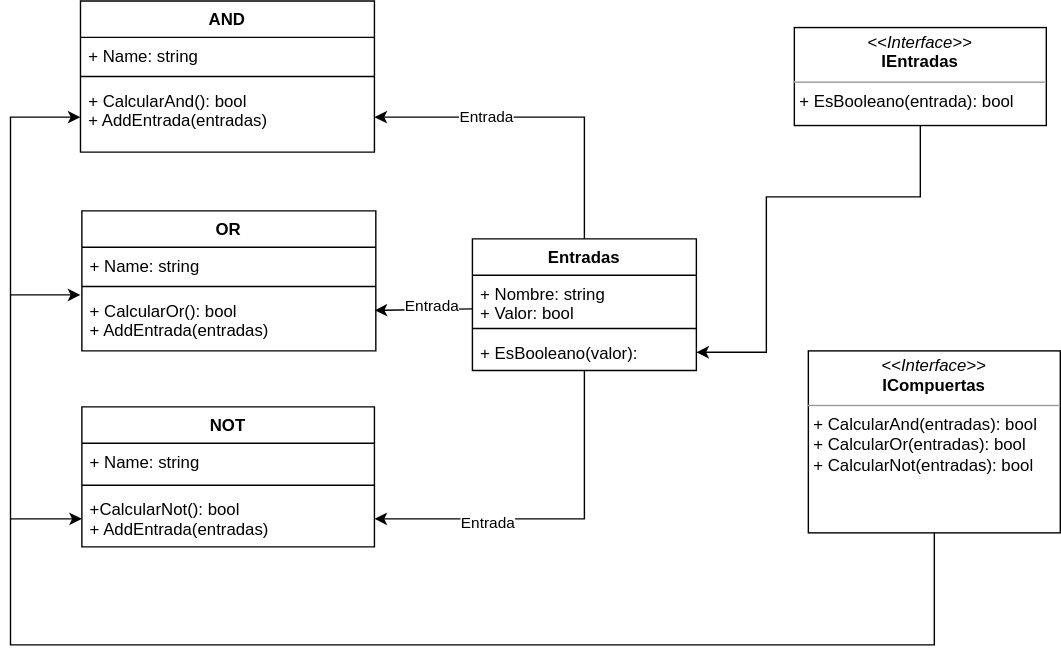
The draw.io diagram Diagrama UML.svg in JoacoGar/Desafio_compuertas, before a commit. Source tidied: cells renumbered, new cells last; positions are measured from the earlier drawing's top-left corner, leaving out a move shared by most shapes.
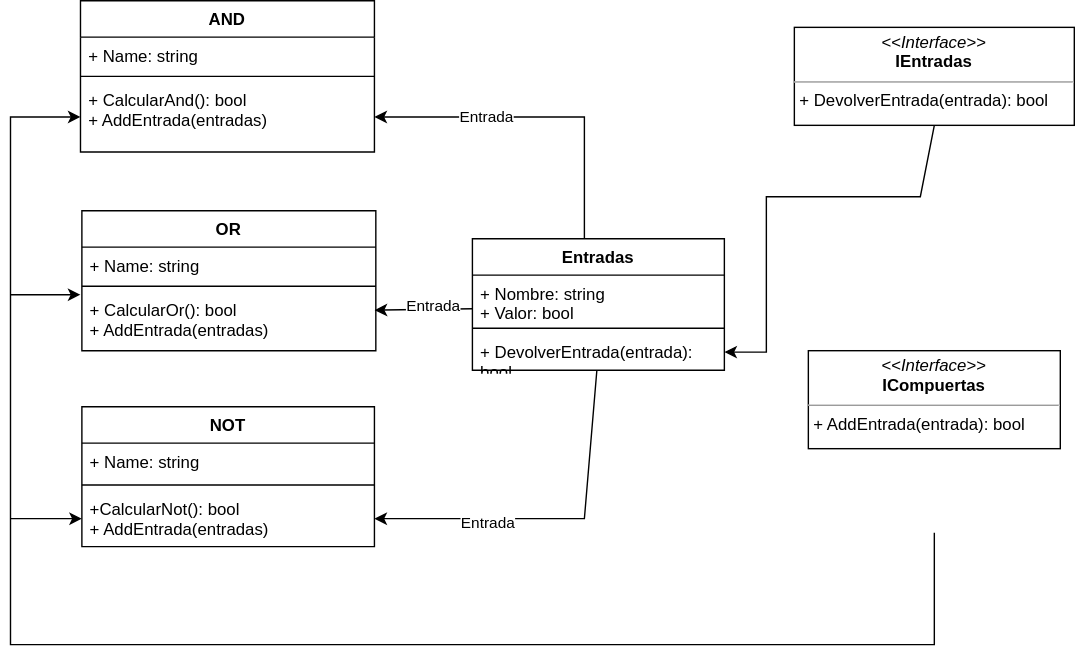
Above is the later version.

Commit message:
UML corregido

The edit, as a diff of the source:
```diff
@@ -2,11 +2,11 @@
   <root>
     <mxCell id="0" />
     <mxCell id="1" parent="0" />
-    <mxCell id="2" value="&lt;p style=&quot;margin:0px;margin-top:4px;text-align:center;&quot;&gt;&lt;i&gt;&amp;lt;&amp;lt;Interface&amp;gt;&amp;gt;&lt;/i&gt;&lt;br&gt;&lt;b&gt;ICompuertas&lt;/b&gt;&lt;/p&gt;&lt;hr size=&quot;1&quot;&gt;&lt;p style=&quot;margin:0px;margin-left:4px;&quot;&gt;+ CalcularAnd(entradas): bool&lt;br&gt;+ CalcularOr(entradas): bool&lt;/p&gt;&lt;p style=&quot;margin:0px;margin-left:4px;&quot;&gt;+ CalcularNot(entradas): bool&lt;/p&gt;" style="verticalAlign=top;align=left;overflow=fill;fontSize=12;fontFamily=Helvetica;html=1;whiteSpace=wrap;" parent="1" vertex="1">
-      <mxGeometry x="570" y="250" width="180" height="130" as="geometry" />
+    <mxCell id="2" value="&lt;p style=&quot;margin:0px;margin-top:4px;text-align:center;&quot;&gt;&lt;i&gt;&amp;lt;&amp;lt;Interface&amp;gt;&amp;gt;&lt;/i&gt;&lt;br&gt;&lt;b&gt;ICompuertas&lt;/b&gt;&lt;/p&gt;&lt;hr size=&quot;1&quot;&gt;&lt;p style=&quot;margin:0px;margin-left:4px;&quot;&gt;+ AddEntrada(entrada): bool&lt;br&gt;&lt;/p&gt;" style="verticalAlign=top;align=left;overflow=fill;fontSize=12;fontFamily=Helvetica;html=1;whiteSpace=wrap;" parent="1" vertex="1">
+      <mxGeometry x="570" y="250" width="180" height="70" as="geometry" />
     </mxCell>
-    <mxCell id="3" value="&lt;p style=&quot;margin:0px;margin-top:4px;text-align:center;&quot;&gt;&lt;i&gt;&amp;lt;&amp;lt;Interface&amp;gt;&amp;gt;&lt;/i&gt;&lt;br&gt;&lt;b&gt;IEntradas&lt;/b&gt;&lt;/p&gt;&lt;hr size=&quot;1&quot;&gt;&lt;p style=&quot;margin:0px;margin-left:4px;&quot;&gt;+ EsBooleano(entrada): bool&lt;br&gt;&lt;/p&gt;" style="verticalAlign=top;align=left;overflow=fill;fontSize=12;fontFamily=Helvetica;html=1;whiteSpace=wrap;" parent="1" vertex="1">
-      <mxGeometry x="560" y="19" width="180" height="70" as="geometry" />
+    <mxCell id="3" value="&lt;p style=&quot;margin:0px;margin-top:4px;text-align:center;&quot;&gt;&lt;i&gt;&amp;lt;&amp;lt;Interface&amp;gt;&amp;gt;&lt;/i&gt;&lt;br&gt;&lt;b&gt;IEntradas&lt;/b&gt;&lt;/p&gt;&lt;hr size=&quot;1&quot;&gt;&lt;p style=&quot;margin:0px;margin-left:4px;&quot;&gt;+ DevolverEntrada(entrada): bool&lt;br&gt;&lt;/p&gt;" style="verticalAlign=top;align=left;overflow=fill;fontSize=12;fontFamily=Helvetica;html=1;whiteSpace=wrap;" parent="1" vertex="1">
+      <mxGeometry x="560" y="19" width="200" height="70" as="geometry" />
     </mxCell>
     <mxCell id="4" value="AND" style="swimlane;fontStyle=1;align=center;verticalAlign=top;horizontal=1;startSize=26;whiteSpace=wrap;html=1;" parent="1" vertex="1">
       <mxGeometry x="50" width="210" height="108" as="geometry" />
@@ -45,7 +45,7 @@
       <mxGeometry y="60" width="209" height="40" as="geometry" />
     </mxCell>
     <mxCell id="16" value="Entradas" style="swimlane;fontStyle=1;align=center;verticalAlign=top;horizontal=1;startSize=26;whiteSpace=wrap;html=1;" parent="1" vertex="1">
-      <mxGeometry x="330" y="170" width="160" height="94" as="geometry" />
+      <mxGeometry x="330" y="170" width="180" height="94" as="geometry" />
     </mxCell>
     <mxCell id="17" style="endArrow=classic;html=1;rounded=0;entryX=0.996;entryY=0.31;entryDx=0;entryDy=0;entryPerimeter=0;" parent="16" edge="1" target="11">
       <mxGeometry relative="1" as="geometry">
@@ -58,13 +58,13 @@
       </mxGeometry>
     </mxCell>
     <mxCell id="19" value="+ Nombre: string&lt;br&gt;+ Valor: bool" style="text;strokeColor=none;fillColor=none;align=left;verticalAlign=top;spacingLeft=4;spacingRight=4;overflow=hidden;whiteSpace=wrap;html=1;" parent="16" vertex="1">
-      <mxGeometry y="26" width="160" height="34" as="geometry" />
+      <mxGeometry y="26" width="180" height="34" as="geometry" />
     </mxCell>
     <mxCell id="20" style="line;strokeWidth=1;fillColor=none;align=left;verticalAlign=middle;spacingTop=-1;spacingLeft=3;spacingRight=3;labelPosition=right;strokeColor=inherit;" parent="16" vertex="1">
-      <mxGeometry y="60" width="160" height="8" as="geometry" />
+      <mxGeometry y="60" width="180" height="8" as="geometry" />
     </mxCell>
-    <mxCell id="21" value="+ EsBooleano(valor):" style="text;strokeColor=none;fillColor=none;align=left;verticalAlign=top;spacingLeft=4;spacingRight=4;overflow=hidden;points=[[0,0.5],[1,0.5]];portConstraint=eastwest;whiteSpace=wrap;html=1;" parent="16" vertex="1">
-      <mxGeometry y="68" width="160" height="26" as="geometry" />
+    <mxCell id="21" value="+ DevolverEntrada(entrada): bool" style="text;strokeColor=none;fillColor=none;align=left;verticalAlign=top;spacingLeft=4;spacingRight=4;overflow=hidden;points=[[0,0.5],[1,0.5]];portConstraint=eastwest;whiteSpace=wrap;html=1;" parent="16" vertex="1">
+      <mxGeometry y="68" width="180" height="26" as="geometry" />
     </mxCell>
     <mxCell id="22" style="endArrow=classic;html=1;rounded=0;entryX=1;entryY=0.5;entryDx=0;entryDy=0;exitX=0.5;exitY=1;exitDx=0;exitDy=0;" parent="1" edge="1" source="3" target="21">
       <mxGeometry relative="1" as="geometry">
```
